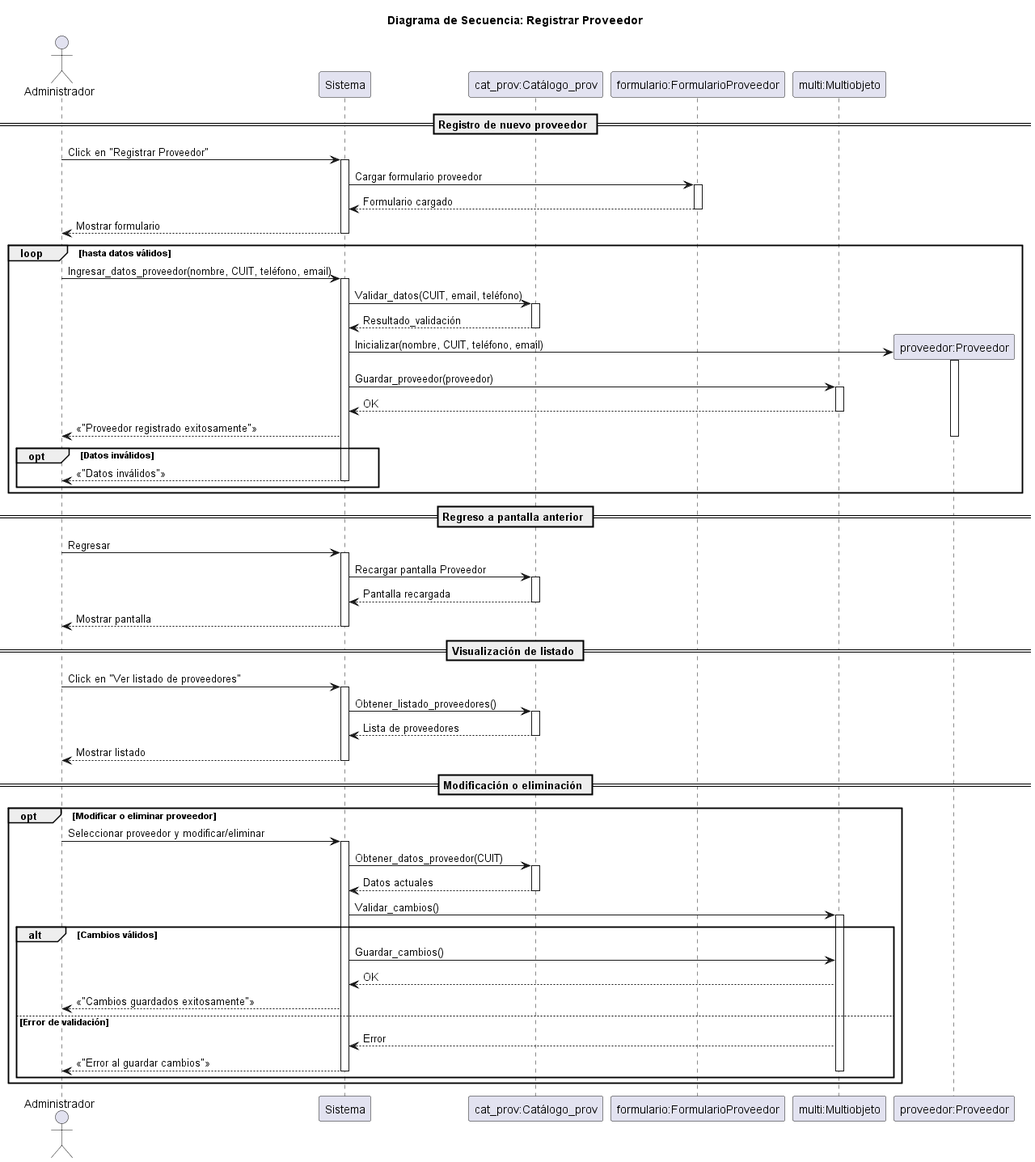
Luci1274/PPI_Proyecto_gomeria keeps this PlantUML diagram as 08-Diagrama-secuencia/proveedor.png. Above is the earlier version.
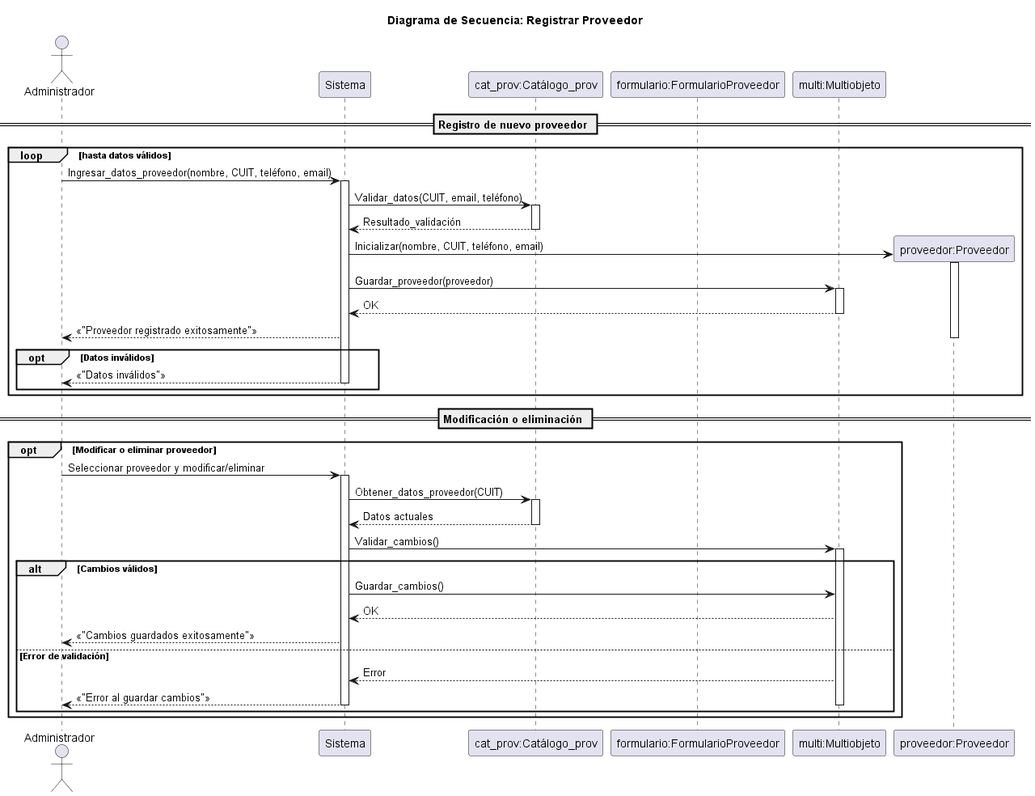
After the commit.

Commit message:
Update sequence diagrams for sales, products, and providers

Diff of the diagram source:
```diff
@@ -9,14 +9,6 @@
 participant "multi:Multiobjeto" as MULT
 
 == Registro de nuevo proveedor ==
-Administrador -> Sistema: Click en "Registrar Proveedor"
-activate Sistema
-Sistema -> Formulario: Cargar formulario proveedor
-activate Formulario
-Formulario --> Sistema: Formulario cargado
-deactivate Formulario
-Sistema --> Administrador: Mostrar formulario
-deactivate Sistema
 
 loop hasta datos válidos
     Administrador -> Sistema: Ingresar_datos_proveedor(nombre, CUIT, teléfono, email)
@@ -41,26 +33,6 @@
     end
 end
 
-== Regreso a pantalla anterior ==
-Administrador -> Sistema: Regresar
-activate Sistema
-Sistema -> Cat_prov: Recargar pantalla Proveedor
-activate Cat_prov
-Cat_prov --> Sistema: Pantalla recargada
-deactivate Cat_prov
-Sistema --> Administrador: Mostrar pantalla
-deactivate Sistema
-
-== Visualización de listado ==
-Administrador -> Sistema: Click en "Ver listado de proveedores"
-activate Sistema
-Sistema -> Cat_prov: Obtener_listado_proveedores()
-activate Cat_prov
-Cat_prov --> Sistema: Lista de proveedores
-deactivate Cat_prov
-Sistema --> Administrador: Mostrar listado
-deactivate Sistema
-
 == Modificación o eliminación ==
 opt Modificar o eliminar proveedor
     Administrador -> Sistema: Seleccionar proveedor y modificar/eliminar
```
